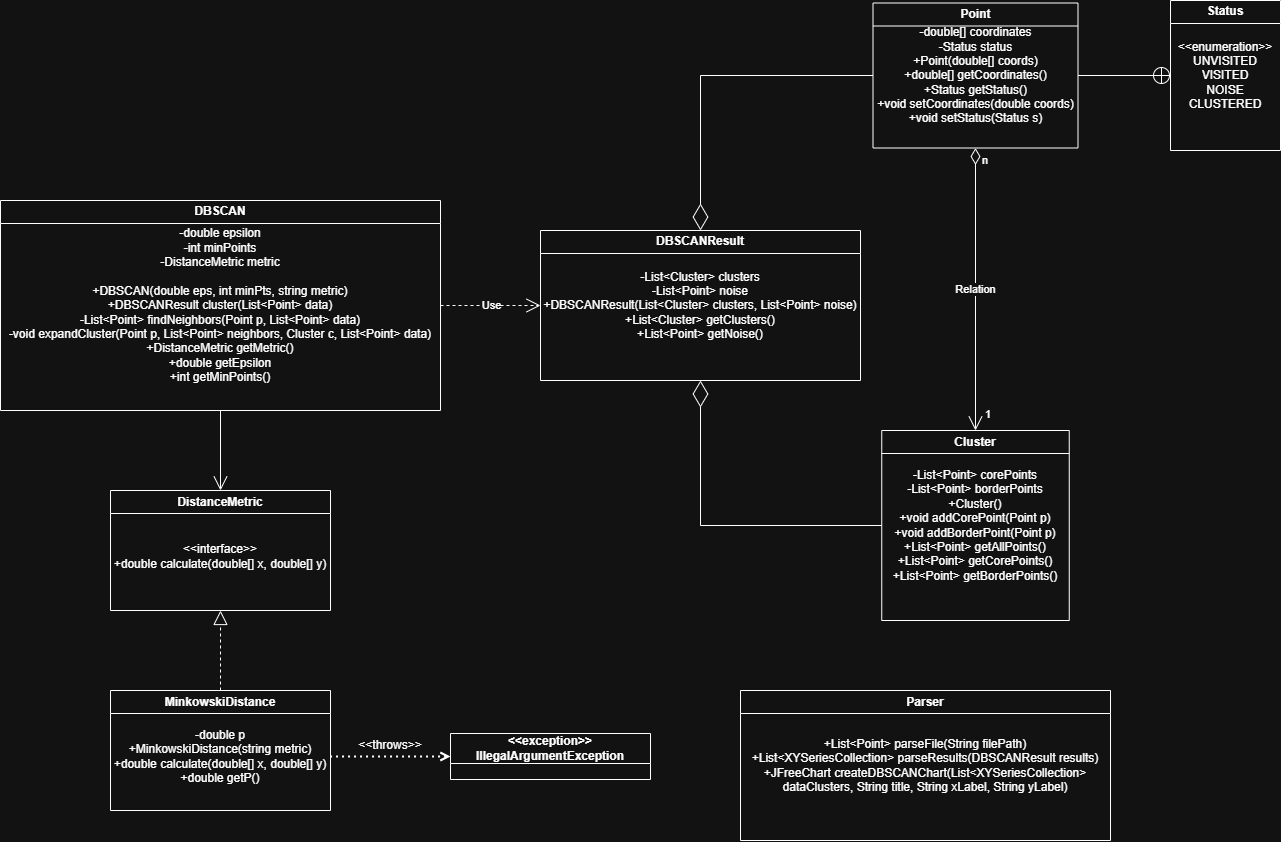
Before: Documentation/DBSCAN-UML.png, a diagram exported from draw.io (solopres/DBSCAN). Source tidied: cells renumbered, new cells last; positions are measured from the earlier drawing's top-left corner, leaving out a move shared by most shapes.
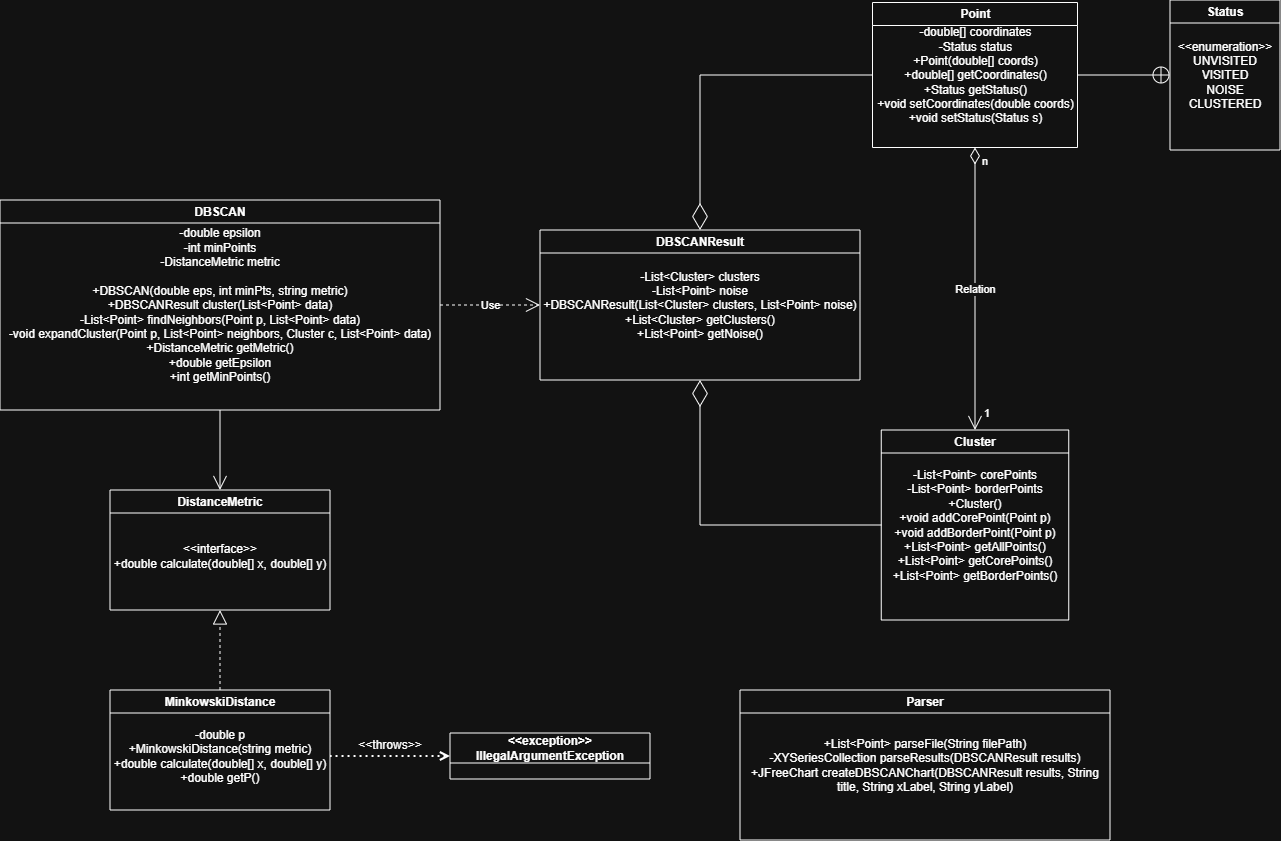
Above is the later version.

What changed in the source:
```diff
@@ -119,7 +119,7 @@
     <mxCell id="36" value="Parser" style="swimlane;whiteSpace=wrap;html=1;" parent="35" vertex="1">
       <mxGeometry width="370" height="150" as="geometry" />
     </mxCell>
-    <mxCell id="37" value="+List&amp;lt;Point&amp;gt; parseFile(String filePath)&lt;div&gt;+List&amp;lt;XYSeriesCollection&amp;gt; parseResults(DBSCANResult results)&lt;/div&gt;&lt;div&gt;+JFreeChart createDBSCANChart(List&amp;lt;XYSeriesCollection&amp;gt; dataClusters, String title, String xLabel, String yLabel)&lt;/div&gt;" style="text;html=1;whiteSpace=wrap;strokeColor=none;fillColor=none;align=center;verticalAlign=middle;rounded=0;" parent="35" vertex="1">
+    <mxCell id="37" value="+List&amp;lt;Point&amp;gt; parseFile(String filePath)&lt;div&gt;-XYSeriesCollection parseResults(DBSCANResult results)&lt;/div&gt;&lt;div&gt;+JFreeChart createDBSCANChart(DBSCANResult results, String title, String xLabel, String yLabel)&lt;/div&gt;" style="text;html=1;whiteSpace=wrap;strokeColor=none;fillColor=none;align=center;verticalAlign=middle;rounded=0;" parent="35" vertex="1">
       <mxGeometry width="370" height="150" as="geometry" />
     </mxCell>
   </root>
```
